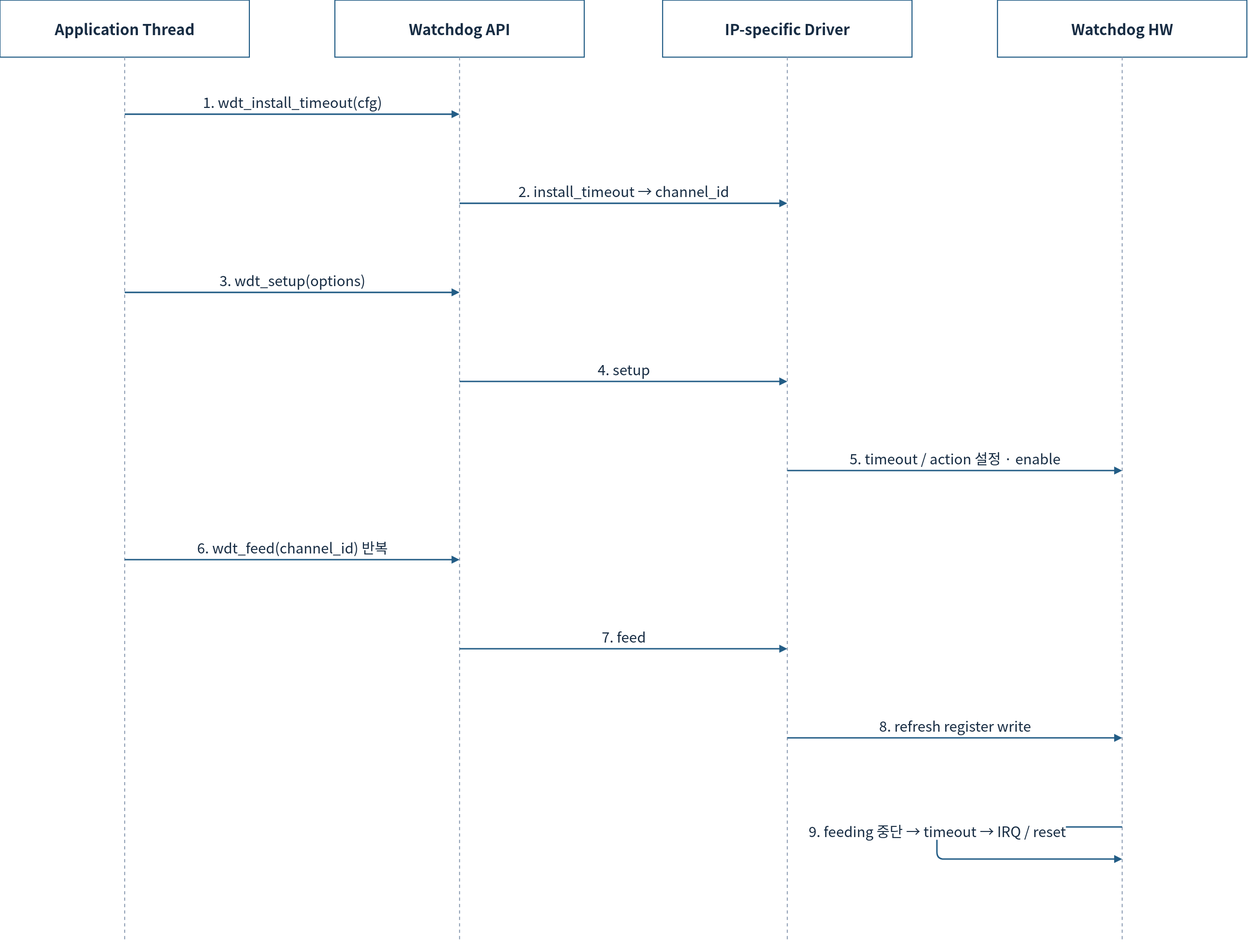
Above: doc/phase1/watchdog/diagrams/10c-zephyr-watchdog-sequence.drawio.svg in cometzero/project-apollo (draw.io), before the change. Source tidied: cells renumbered, new cells last; positions are measured from the earlier drawing's top-left corner, leaving out a move shared by most shapes.
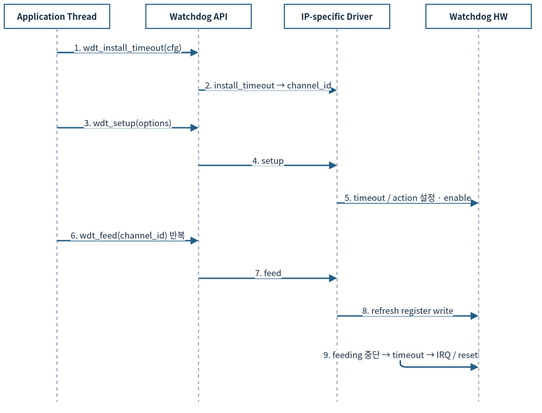
After the change.

The edit, as a diff of the source:
```diff
@@ -2,107 +2,107 @@
   <root>
     <mxCell id="0" />
     <mxCell id="1" parent="0" />
-    <mxCell id="2" value="Application Thread" style="rounded=0;whiteSpace=wrap;html=1;fillColor=#FFFFFF;strokeColor=#235D86;strokeWidth=1.5;fontColor=#172C43;fontFamily=Noto Sans CJK KR;fontSize=22;spacing=10;fontStyle=1;fontSize=21;" parent="1" vertex="1">
-      <mxGeometry width="350" height="80" as="geometry" />
+    <mxCell id="2" value="Application Thread" style="rounded=0;whiteSpace=wrap;html=1;fillColor=#FFFFFF;strokeColor=#235D86;strokeWidth=1.5;fontColor=#172C43;fontFamily=Noto Sans CJK KR;fontStyle=1;fontSize=12;spacing=3;whiteSpace=wrap;" parent="1" vertex="1">
+      <mxGeometry x="-13" y="-128" width="148" height="33.8" as="geometry" />
     </mxCell>
-    <mxCell id="3" style="endArrow=none;dashed=1;strokeColor=#94A3B8;strokeWidth=1.5;" parent="1" edge="1">
+    <mxCell id="3" style="endArrow=none;dashed=1;strokeColor=#94A3B8;strokeWidth=1.5;fontSize=12;spacing=3;whiteSpace=nowrap;" parent="1" edge="1">
       <mxGeometry relative="1" as="geometry">
-        <mxPoint x="175" y="80" as="sourcePoint" />
-        <mxPoint x="175" y="1320" as="targetPoint" />
+        <mxPoint x="61" y="-94.2" as="sourcePoint" />
+        <mxPoint x="61" y="430.2" as="targetPoint" />
       </mxGeometry>
     </mxCell>
-    <mxCell id="4" value="Watchdog API" style="rounded=0;whiteSpace=wrap;html=1;fillColor=#FFFFFF;strokeColor=#235D86;strokeWidth=1.5;fontColor=#172C43;fontFamily=Noto Sans CJK KR;fontSize=22;spacing=10;fontStyle=1;fontSize=21;" parent="1" vertex="1">
-      <mxGeometry x="470" width="350" height="80" as="geometry" />
+    <mxCell id="4" value="Watchdog API" style="rounded=0;whiteSpace=wrap;html=1;fillColor=#FFFFFF;strokeColor=#235D86;strokeWidth=1.5;fontColor=#172C43;fontFamily=Noto Sans CJK KR;fontStyle=1;fontSize=12;spacing=3;whiteSpace=wrap;" parent="1" vertex="1">
+      <mxGeometry x="185.7" y="-128" width="148" height="33.8" as="geometry" />
     </mxCell>
-    <mxCell id="5" style="endArrow=none;dashed=1;strokeColor=#94A3B8;strokeWidth=1.5;" parent="1" edge="1">
+    <mxCell id="5" style="endArrow=none;dashed=1;strokeColor=#94A3B8;strokeWidth=1.5;fontSize=12;spacing=3;whiteSpace=nowrap;" parent="1" edge="1">
       <mxGeometry relative="1" as="geometry">
-        <mxPoint x="645" y="80" as="sourcePoint" />
-        <mxPoint x="645" y="1320" as="targetPoint" />
+        <mxPoint x="259.7" y="-94.2" as="sourcePoint" />
+        <mxPoint x="259.7" y="430.2" as="targetPoint" />
       </mxGeometry>
     </mxCell>
-    <mxCell id="6" value="IP-specific Driver" style="rounded=0;whiteSpace=wrap;html=1;fillColor=#FFFFFF;strokeColor=#235D86;strokeWidth=1.5;fontColor=#172C43;fontFamily=Noto Sans CJK KR;fontSize=22;spacing=10;fontStyle=1;fontSize=21;" parent="1" vertex="1">
-      <mxGeometry x="930" width="350" height="80" as="geometry" />
+    <mxCell id="6" value="IP-specific Driver" style="rounded=0;whiteSpace=wrap;html=1;fillColor=#FFFFFF;strokeColor=#235D86;strokeWidth=1.5;fontColor=#172C43;fontFamily=Noto Sans CJK KR;fontStyle=1;fontSize=12;spacing=3;whiteSpace=wrap;" parent="1" vertex="1">
+      <mxGeometry x="380.3" y="-128" width="148" height="33.8" as="geometry" />
     </mxCell>
-    <mxCell id="7" style="endArrow=none;dashed=1;strokeColor=#94A3B8;strokeWidth=1.5;" parent="1" edge="1">
+    <mxCell id="7" style="endArrow=none;dashed=1;strokeColor=#94A3B8;strokeWidth=1.5;fontSize=12;spacing=3;whiteSpace=nowrap;" parent="1" edge="1">
       <mxGeometry relative="1" as="geometry">
-        <mxPoint x="1105" y="80" as="sourcePoint" />
-        <mxPoint x="1105" y="1320" as="targetPoint" />
+        <mxPoint x="454.3" y="-94.2" as="sourcePoint" />
+        <mxPoint x="454.3" y="430.2" as="targetPoint" />
       </mxGeometry>
     </mxCell>
-    <mxCell id="8" value="Watchdog HW" style="rounded=0;whiteSpace=wrap;html=1;fillColor=#FFFFFF;strokeColor=#235D86;strokeWidth=1.5;fontColor=#172C43;fontFamily=Noto Sans CJK KR;fontSize=22;spacing=10;fontStyle=1;fontSize=21;" parent="1" vertex="1">
-      <mxGeometry x="1400" width="350" height="80" as="geometry" />
+    <mxCell id="8" value="Watchdog HW" style="rounded=0;whiteSpace=wrap;html=1;fillColor=#FFFFFF;strokeColor=#235D86;strokeWidth=1.5;fontColor=#172C43;fontFamily=Noto Sans CJK KR;fontStyle=1;fontSize=12;spacing=3;whiteSpace=wrap;" parent="1" vertex="1">
+      <mxGeometry x="579" y="-128" width="148" height="33.8" as="geometry" />
     </mxCell>
-    <mxCell id="9" style="endArrow=none;dashed=1;strokeColor=#94A3B8;strokeWidth=1.5;" parent="1" edge="1">
+    <mxCell id="9" style="endArrow=none;dashed=1;strokeColor=#94A3B8;strokeWidth=1.5;fontSize=12;spacing=3;whiteSpace=nowrap;" parent="1" edge="1">
       <mxGeometry relative="1" as="geometry">
-        <mxPoint x="1575" y="80" as="sourcePoint" />
-        <mxPoint x="1575" y="1320" as="targetPoint" />
+        <mxPoint x="653" y="-94.2" as="sourcePoint" />
+        <mxPoint x="653" y="430.2" as="targetPoint" />
       </mxGeometry>
     </mxCell>
-    <mxCell id="10" value="1. wdt_install_timeout(cfg)" style="edgeStyle=none;html=1;endArrow=block;endFill=1;strokeColor=#235D86;strokeWidth=2;fontColor=#172C43;fontFamily=Noto Sans CJK KR;fontSize=20;labelBackgroundColor=#FFFFFF;" parent="1" edge="1">
+    <mxCell id="10" value="1. wdt_install_timeout(cfg)" style="edgeStyle=none;html=1;endArrow=block;endFill=1;strokeColor=#235D86;strokeWidth=2;fontColor=#172C43;fontFamily=Noto Sans CJK KR;labelBackgroundColor=#FFFFFF;fontSize=12;spacing=3;whiteSpace=nowrap;" parent="1" edge="1">
       <mxGeometry relative="1" as="geometry">
-        <mxPoint x="175" y="160" as="sourcePoint" />
-        <mxPoint x="645" y="160" as="targetPoint" />
-        <mxPoint y="-18" as="offset" />
+        <mxPoint x="61" y="-60.3" as="sourcePoint" />
+        <mxPoint x="259.7" y="-60.3" as="targetPoint" />
+        <mxPoint y="-7.6" as="offset" />
       </mxGeometry>
     </mxCell>
-    <mxCell id="11" value="2. install_timeout → channel_id" style="edgeStyle=none;html=1;endArrow=block;endFill=1;strokeColor=#235D86;strokeWidth=2;fontColor=#172C43;fontFamily=Noto Sans CJK KR;fontSize=20;labelBackgroundColor=#FFFFFF;" parent="1" edge="1">
+    <mxCell id="11" value="2. install_timeout → channel_id" style="edgeStyle=none;html=1;endArrow=block;endFill=1;strokeColor=#235D86;strokeWidth=2;fontColor=#172C43;fontFamily=Noto Sans CJK KR;labelBackgroundColor=#FFFFFF;fontSize=12;spacing=3;whiteSpace=nowrap;" parent="1" edge="1">
       <mxGeometry relative="1" as="geometry">
-        <mxPoint x="645" y="285" as="sourcePoint" />
-        <mxPoint x="1105" y="285" as="targetPoint" />
-        <mxPoint y="-18" as="offset" />
+        <mxPoint x="259.7" y="-7.5" as="sourcePoint" />
+        <mxPoint x="454.3" y="-7.5" as="targetPoint" />
+        <mxPoint y="-7.6" as="offset" />
       </mxGeometry>
     </mxCell>
-    <mxCell id="12" value="3. wdt_setup(options)" style="edgeStyle=none;html=1;endArrow=block;endFill=1;strokeColor=#235D86;strokeWidth=2;fontColor=#172C43;fontFamily=Noto Sans CJK KR;fontSize=20;labelBackgroundColor=#FFFFFF;" parent="1" edge="1">
+    <mxCell id="12" value="3. wdt_setup(options)" style="edgeStyle=none;html=1;endArrow=block;endFill=1;strokeColor=#235D86;strokeWidth=2;fontColor=#172C43;fontFamily=Noto Sans CJK KR;labelBackgroundColor=#FFFFFF;fontSize=12;spacing=3;whiteSpace=nowrap;" parent="1" edge="1">
       <mxGeometry relative="1" as="geometry">
-        <mxPoint x="175" y="410" as="sourcePoint" />
-        <mxPoint x="645" y="410" as="targetPoint" />
-        <mxPoint y="-18" as="offset" />
+        <mxPoint x="61" y="45.4" as="sourcePoint" />
+        <mxPoint x="259.7" y="45.4" as="targetPoint" />
+        <mxPoint y="-7.6" as="offset" />
       </mxGeometry>
     </mxCell>
-    <mxCell id="13" value="4. setup" style="edgeStyle=none;html=1;endArrow=block;endFill=1;strokeColor=#235D86;strokeWidth=2;fontColor=#172C43;fontFamily=Noto Sans CJK KR;fontSize=20;labelBackgroundColor=#FFFFFF;" parent="1" edge="1">
+    <mxCell id="13" value="4. setup" style="edgeStyle=none;html=1;endArrow=block;endFill=1;strokeColor=#235D86;strokeWidth=2;fontColor=#172C43;fontFamily=Noto Sans CJK KR;labelBackgroundColor=#FFFFFF;fontSize=12;spacing=3;whiteSpace=nowrap;" parent="1" edge="1">
       <mxGeometry relative="1" as="geometry">
-        <mxPoint x="645" y="535" as="sourcePoint" />
-        <mxPoint x="1105" y="535" as="targetPoint" />
-        <mxPoint y="-18" as="offset" />
+        <mxPoint x="259.7" y="98.2" as="sourcePoint" />
+        <mxPoint x="454.3" y="98.2" as="targetPoint" />
+        <mxPoint y="-7.6" as="offset" />
       </mxGeometry>
     </mxCell>
-    <mxCell id="14" value="5. timeout / action 설정 · enable" style="edgeStyle=none;html=1;endArrow=block;endFill=1;strokeColor=#235D86;strokeWidth=2;fontColor=#172C43;fontFamily=Noto Sans CJK KR;fontSize=20;labelBackgroundColor=#FFFFFF;" parent="1" edge="1">
+    <mxCell id="14" value="5. timeout / action 설정 · enable" style="edgeStyle=none;html=1;endArrow=block;endFill=1;strokeColor=#235D86;strokeWidth=2;fontColor=#172C43;fontFamily=Noto Sans CJK KR;labelBackgroundColor=#FFFFFF;fontSize=12;spacing=3;whiteSpace=nowrap;" parent="1" edge="1">
       <mxGeometry relative="1" as="geometry">
-        <mxPoint x="1105" y="660" as="sourcePoint" />
-        <mxPoint x="1575" y="660" as="targetPoint" />
-        <mxPoint y="-18" as="offset" />
+        <mxPoint x="454.3" y="151.1" as="sourcePoint" />
+        <mxPoint x="653" y="151.1" as="targetPoint" />
+        <mxPoint y="-7.6" as="offset" />
       </mxGeometry>
     </mxCell>
-    <mxCell id="15" value="6. wdt_feed(channel_id) 반복" style="edgeStyle=none;html=1;endArrow=block;endFill=1;strokeColor=#235D86;strokeWidth=2;fontColor=#172C43;fontFamily=Noto Sans CJK KR;fontSize=20;labelBackgroundColor=#FFFFFF;" parent="1" edge="1">
+    <mxCell id="15" value="6. wdt_feed(channel_id) 반복" style="edgeStyle=none;html=1;endArrow=block;endFill=1;strokeColor=#235D86;strokeWidth=2;fontColor=#172C43;fontFamily=Noto Sans CJK KR;labelBackgroundColor=#FFFFFF;fontSize=12;spacing=3;whiteSpace=nowrap;" parent="1" edge="1">
       <mxGeometry relative="1" as="geometry">
-        <mxPoint x="175" y="785" as="sourcePoint" />
-        <mxPoint x="645" y="785" as="targetPoint" />
-        <mxPoint y="-18" as="offset" />
+        <mxPoint x="61" y="203.9" as="sourcePoint" />
+        <mxPoint x="259.7" y="203.9" as="targetPoint" />
+        <mxPoint y="-7.6" as="offset" />
       </mxGeometry>
     </mxCell>
-    <mxCell id="16" value="7. feed" style="edgeStyle=none;html=1;endArrow=block;endFill=1;strokeColor=#235D86;strokeWidth=2;fontColor=#172C43;fontFamily=Noto Sans CJK KR;fontSize=20;labelBackgroundColor=#FFFFFF;" parent="1" edge="1">
+    <mxCell id="16" value="7. feed" style="edgeStyle=none;html=1;endArrow=block;endFill=1;strokeColor=#235D86;strokeWidth=2;fontColor=#172C43;fontFamily=Noto Sans CJK KR;labelBackgroundColor=#FFFFFF;fontSize=12;spacing=3;whiteSpace=nowrap;" parent="1" edge="1">
       <mxGeometry relative="1" as="geometry">
-        <mxPoint x="645" y="910" as="sourcePoint" />
-        <mxPoint x="1105" y="910" as="targetPoint" />
-        <mxPoint y="-18" as="offset" />
+        <mxPoint x="259.7" y="256.8" as="sourcePoint" />
+        <mxPoint x="454.3" y="256.8" as="targetPoint" />
+        <mxPoint y="-7.6" as="offset" />
       </mxGeometry>
     </mxCell>
-    <mxCell id="17" value="8. refresh register write" style="edgeStyle=none;html=1;endArrow=block;endFill=1;strokeColor=#235D86;strokeWidth=2;fontColor=#172C43;fontFamily=Noto Sans CJK KR;fontSize=20;labelBackgroundColor=#FFFFFF;" parent="1" edge="1">
+    <mxCell id="17" value="8. refresh register write" style="edgeStyle=none;html=1;endArrow=block;endFill=1;strokeColor=#235D86;strokeWidth=2;fontColor=#172C43;fontFamily=Noto Sans CJK KR;labelBackgroundColor=#FFFFFF;fontSize=12;spacing=3;whiteSpace=nowrap;" parent="1" edge="1">
       <mxGeometry relative="1" as="geometry">
-        <mxPoint x="1105" y="1035" as="sourcePoint" />
-        <mxPoint x="1575" y="1035" as="targetPoint" />
-        <mxPoint y="-18" as="offset" />
+        <mxPoint x="454.3" y="309.7" as="sourcePoint" />
+        <mxPoint x="653" y="309.7" as="targetPoint" />
+        <mxPoint y="-7.6" as="offset" />
       </mxGeometry>
     </mxCell>
-    <mxCell id="18" value="9. feeding 중단 → timeout → IRQ / reset" style="edgeStyle=none;html=1;endArrow=block;endFill=1;strokeColor=#235D86;strokeWidth=2;fontColor=#172C43;fontFamily=Noto Sans CJK KR;fontSize=20;labelBackgroundColor=#FFFFFF;" parent="1" edge="1">
+    <mxCell id="18" value="9. feeding 중단 → timeout → IRQ / reset" style="edgeStyle=none;html=1;endArrow=block;endFill=1;strokeColor=#235D86;strokeWidth=2;fontColor=#172C43;fontFamily=Noto Sans CJK KR;labelBackgroundColor=#FFFFFF;fontSize=12;spacing=3;whiteSpace=nowrap;" parent="1" edge="1">
       <mxGeometry relative="1" as="geometry">
-        <mxPoint x="1575" y="1160" as="sourcePoint" />
-        <mxPoint x="1575" y="1205" as="targetPoint" />
+        <mxPoint x="653" y="362.5" as="sourcePoint" />
+        <mxPoint x="653" y="381.5" as="targetPoint" />
         <Array as="points">
-          <mxPoint x="1315" y="1160" />
-          <mxPoint x="1315" y="1205" />
+          <mxPoint x="543.1" y="362.5" />
+          <mxPoint x="543.1" y="381.5" />
         </Array>
-        <mxPoint y="-18" as="offset" />
+        <mxPoint y="-7.6" as="offset" />
       </mxGeometry>
     </mxCell>
   </root>
```
